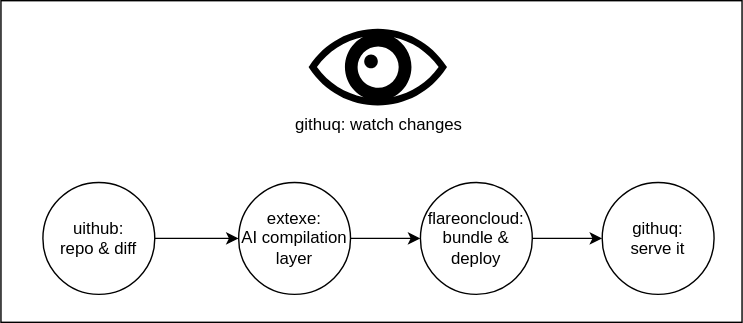
This is private/flow.drawio.svg from janwilmake/nlang, a draw.io export, as it was before one commit. Source tidied: cells renumbered, new cells last; positions are measured from the earlier drawing's top-left corner, leaving out a move shared by most shapes. The source it was exported from:
```xml
<mxGraphModel>
  <root>
    <mxCell id="0" />
    <mxCell id="1" parent="0" />
    <mxCell id="2" style="rounded=0;whiteSpace=wrap;html=1;" parent="1" vertex="1">
      <mxGeometry width="530" height="230" as="geometry" />
    </mxCell>
    <mxCell id="3" style="edgeStyle=none;html=1;entryX=0;entryY=0.5;entryDx=0;entryDy=0;" parent="1" edge="1" target="6">
      <mxGeometry relative="1" as="geometry">
        <mxPoint x="40" y="170" as="sourcePoint" />
      </mxGeometry>
    </mxCell>
    <mxCell id="4" value="uithub: &lt;br&gt;repo &amp;amp; diff" style="ellipse;whiteSpace=wrap;html=1;" parent="1" vertex="1">
      <mxGeometry x="30" y="130" width="80" height="80" as="geometry" />
    </mxCell>
    <mxCell id="5" style="edgeStyle=none;html=1;exitX=1;exitY=0.5;exitDx=0;exitDy=0;entryX=0;entryY=0.5;entryDx=0;entryDy=0;" parent="1" edge="1" source="6" target="8">
      <mxGeometry relative="1" as="geometry" />
    </mxCell>
    <mxCell id="6" value="extexe: &lt;br&gt;AI compilation layer" style="ellipse;whiteSpace=wrap;html=1;" parent="1" vertex="1">
      <mxGeometry x="170" y="130" width="80" height="80" as="geometry" />
    </mxCell>
    <mxCell id="7" style="edgeStyle=none;html=1;exitX=1;exitY=0.5;exitDx=0;exitDy=0;" parent="1" edge="1" source="8">
      <mxGeometry relative="1" as="geometry">
        <mxPoint x="430" y="170" as="targetPoint" />
      </mxGeometry>
    </mxCell>
    <mxCell id="8" value="flareoncloud: bundle &amp;amp; deploy" style="ellipse;whiteSpace=wrap;html=1;" parent="1" vertex="1">
      <mxGeometry x="300" y="130" width="80" height="80" as="geometry" />
    </mxCell>
    <mxCell id="9" value="&lt;font color=&quot;#000000&quot;&gt;githuq: watch changes&lt;/font&gt;" style="shape=mxgraph.signs.healthcare.eye;html=1;fillColor=#000;strokeColor=none;verticalLabelPosition=bottom;verticalAlign=top;align=center;" parent="1" vertex="1">
      <mxGeometry x="220" y="20" width="99" height="55" as="geometry" />
    </mxCell>
    <mxCell id="10" value="githuq: &lt;br&gt;serve it" style="ellipse;whiteSpace=wrap;html=1;" parent="1" vertex="1">
      <mxGeometry x="430" y="130" width="80" height="80" as="geometry" />
    </mxCell>
  </root>
</mxGraphModel>
```
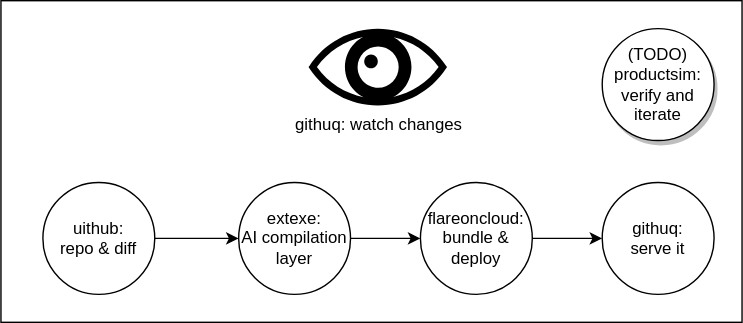
The same diagram one commit later.

Change to the diagram source:
```diff
@@ -33,5 +33,8 @@
     <mxCell id="10" value="githuq: &lt;br&gt;serve it" style="ellipse;whiteSpace=wrap;html=1;" parent="1" vertex="1">
       <mxGeometry x="430" y="130" width="80" height="80" as="geometry" />
     </mxCell>
+    <mxCell id="11" value="(TODO) productsim:&lt;br&gt;verify and iterate" style="ellipse;whiteSpace=wrap;html=1;shadow=1;" parent="1" vertex="1">
+      <mxGeometry x="430" y="20" width="80" height="80" as="geometry" />
+    </mxCell>
   </root>
 </mxGraphModel>
```
